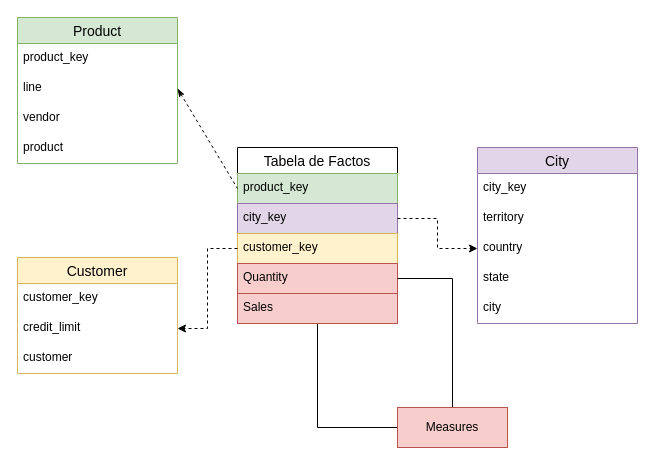
The draw.io diagram PBI/Fase01/2-tabela-factos/Untitled.drawio in rubenf98/SADG05, before the edit. Source tidied: cells renumbered, new cells numbered last; positions are measured from the earlier drawing's top-left corner, leaving out a move shared by most shapes. Both pictures are drawn from the tidied source at 100%, with x=0, y=0 at pixel (17, 17).
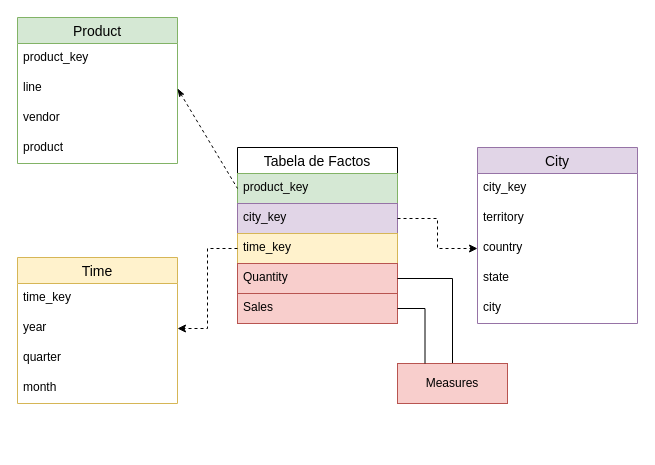
After the change.

The change refers to these unchanged cells:
```xml
<mxCell id="14" value="Tabela de Factos" style="swimlane;fontStyle=0;horizontal=1;startSize=26;align=center;fontSize=14;" parent="1" vertex="1">
  <mxGeometry x="220" y="130" width="160" height="176" as="geometry" />
</mxCell>
<mxCell id="19" value="Sales" style="text;strokeColor=#b85450;fillColor=#f8cecc;spacingLeft=4;spacingRight=4;overflow=hidden;points=[[0,0.5],[1,0.5]];portConstraint=eastwest;fontSize=12;" parent="14" vertex="1">
  <mxGeometry y="146" width="160" height="30" as="geometry" />
</mxCell>
```

Change to the diagram source:
```diff
@@
-    <mxCell id="13" style="edgeStyle=orthogonalEdgeStyle;rounded=0;jumpStyle=none;jettySize=auto;html=1;exitX=0.5;exitY=1;exitDx=0;exitDy=0;startArrow=none;startFill=0;strokeColor=#000000;endArrow=none;endFill=0;" parent="1" edge="1" source="14">
-      <mxGeometry relative="1" as="geometry">
-        <mxPoint x="380" y="410" as="targetPoint" />
-        <Array as="points">
-          <mxPoint x="300" y="410" />
-        </Array>
-      </mxGeometry>
-    </mxCell>
@@
-    <mxCell id="17" value="customer_key" style="text;strokeColor=#d6b656;fillColor=#fff2cc;spacingLeft=4;spacingRight=4;overflow=hidden;points=[[0,0.5],[1,0.5]];portConstraint=eastwest;fontSize=12;" parent="14" vertex="1">
+    <mxCell id="17" value="time_key" style="text;strokeColor=#d6b656;fillColor=#fff2cc;spacingLeft=4;spacingRight=4;overflow=hidden;points=[[0,0.5],[1,0.5]];portConstraint=eastwest;fontSize=12;" parent="14" vertex="1">
       <mxGeometry y="86" width="160" height="30" as="geometry" />
     </mxCell>
@@
-    <mxCell id="20" value="Customer" style="swimlane;fontStyle=0;horizontal=1;startSize=26;align=center;fontSize=14;fillColor=#fff2cc;strokeColor=#d6b656;" parent="1" vertex="1">
-      <mxGeometry y="240" width="160" height="116" as="geometry" />
+    <mxCell id="20" value="Time" style="swimlane;fontStyle=0;horizontal=1;startSize=26;align=center;fontSize=14;fillColor=#fff2cc;strokeColor=#d6b656;" parent="1" vertex="1">
+      <mxGeometry y="240" width="160" height="146" as="geometry" />
     </mxCell>
-    <mxCell id="21" value="customer_key" style="text;strokeColor=none;fillColor=none;spacingLeft=4;spacingRight=4;overflow=hidden;fontSize=12;" parent="20" vertex="1">
+    <mxCell id="21" value="time_key" style="text;strokeColor=none;fillColor=none;spacingLeft=4;spacingRight=4;overflow=hidden;fontSize=12;" parent="20" vertex="1">
       <mxGeometry y="26" width="160" height="30" as="geometry" />
     </mxCell>
-    <mxCell id="22" value="credit_limit" style="text;strokeColor=none;fillColor=none;spacingLeft=4;spacingRight=4;overflow=hidden;points=[[0,0.5],[1,0.5]];portConstraint=eastwest;fontSize=12;" parent="20" vertex="1">
+    <mxCell id="22" value="year" style="text;strokeColor=none;fillColor=none;spacingLeft=4;spacingRight=4;overflow=hidden;points=[[0,0.5],[1,0.5]];portConstraint=eastwest;fontSize=12;" parent="20" vertex="1">
       <mxGeometry y="56" width="160" height="30" as="geometry" />
     </mxCell>
-    <mxCell id="23" value="customer" style="text;strokeColor=none;fillColor=none;spacingLeft=4;spacingRight=4;overflow=hidden;fontSize=12;" parent="20" vertex="1">
+    <mxCell id="23" value="quarter" style="text;strokeColor=none;fillColor=none;spacingLeft=4;spacingRight=4;overflow=hidden;fontSize=12;" parent="20" vertex="1">
       <mxGeometry y="86" width="160" height="30" as="geometry" />
     </mxCell>
+    <mxCell id="29" value="month" style="text;strokeColor=none;fillColor=none;spacingLeft=4;spacingRight=4;overflow=hidden;fontSize=12;" parent="20" vertex="1">
+      <mxGeometry y="116" width="160" height="30" as="geometry" />
+    </mxCell>
@@
     <mxCell id="28" value="Measures" style="rounded=0;whiteSpace=wrap;html=1;labelBackgroundColor=none;fillColor=#f8cecc;strokeColor=#b85450;" parent="1" vertex="1">
-      <mxGeometry x="380" y="390" width="110" height="40" as="geometry" />
+      <mxGeometry x="380" y="346" width="110" height="40" as="geometry" />
     </mxCell>
+    <mxCell id="30" style="edgeStyle=orthogonalEdgeStyle;rounded=0;jumpStyle=none;jettySize=auto;html=1;exitX=1;exitY=0.5;exitDx=0;exitDy=0;entryX=0.25;entryY=0;entryDx=0;entryDy=0;startArrow=none;startFill=0;endArrow=none;endFill=0;strokeColor=#000000;" parent="1" edge="1" source="19" target="28">
+      <mxGeometry relative="1" as="geometry" />
+    </mxCell>
```
